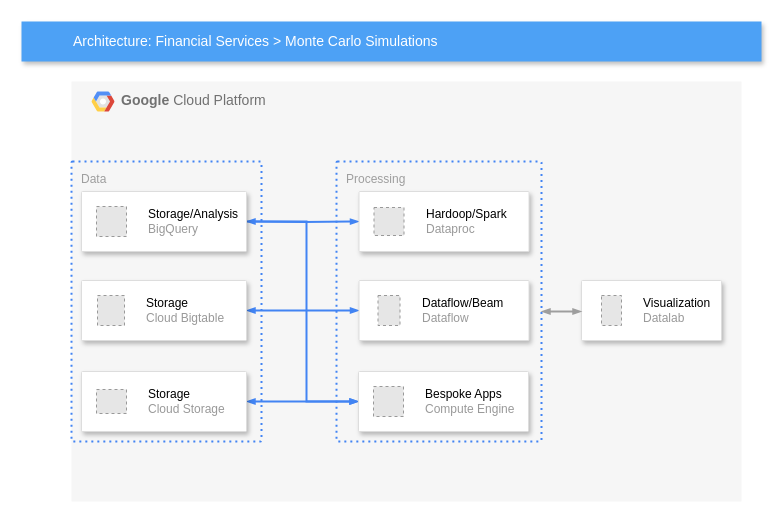
This is vo.drawio from JeremyJHAO/diagramss, a draw.io file, before an edit. Source tidied: cells renumbered, new cells numbered last; positions are measured from the earlier drawing's top-left corner, leaving out a move shared by most shapes. Both pictures are drawn from the tidied source at 100%, with x=0, y=0 at pixel (21, 21). Pictures stored in the file or linked from it are replaced by grey dashed boxes.
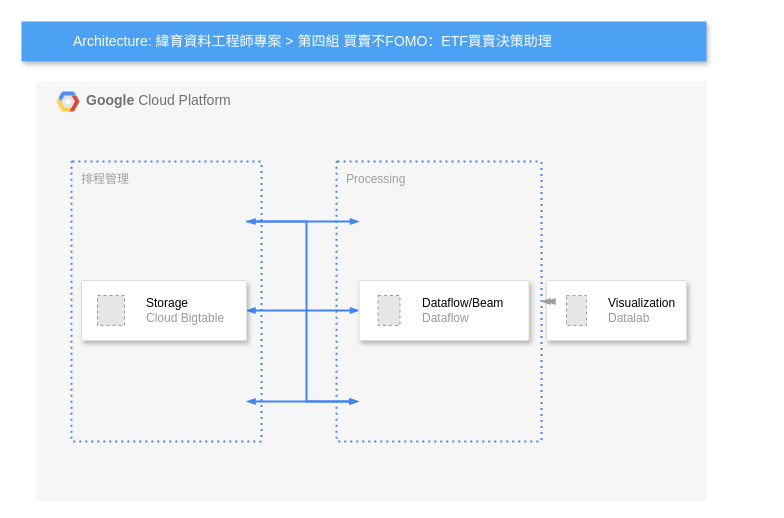
The same diagram, later.

Change to the diagram source:
```diff
@@
     <mxCell id="2" value="&lt;b&gt;Google &lt;/b&gt;Cloud Platform" style="fillColor=#F6F6F6;strokeColor=none;shadow=0;gradientColor=none;fontSize=14;align=left;spacing=10;fontColor=#717171;9E9E9E;verticalAlign=top;spacingTop=-4;fontStyle=0;spacingLeft=40;html=1;" parent="1" vertex="1">
-      <mxGeometry x="50" y="60" width="670" height="420" as="geometry" />
+      <mxGeometry x="15" y="60" width="670" height="420" as="geometry" />
     </mxCell>
@@
-    <mxCell id="7" value="Data" style="rounded=1;absoluteArcSize=1;arcSize=2;html=1;strokeColor=#4284F3;gradientColor=none;shadow=0;dashed=1;fontSize=12;fontColor=#9E9E9E;align=left;verticalAlign=top;spacing=10;spacingTop=-4;fillColor=none;dashPattern=1 2;strokeWidth=2;" parent="1" vertex="1">
+    <mxCell id="7" value="排程管理" style="rounded=1;absoluteArcSize=1;arcSize=2;html=1;strokeColor=#4284F3;gradientColor=none;shadow=0;dashed=1;fontSize=12;fontColor=#9E9E9E;align=left;verticalAlign=top;spacing=10;spacingTop=-4;fillColor=none;dashPattern=1 2;strokeWidth=2;" parent="1" vertex="1">
       <mxGeometry x="50" y="140" width="190" height="280" as="geometry" />
     </mxCell>
-    <mxCell id="8" value="Architecture: Financial Services &amp;gt; Monte Carlo Simulations" style="fillColor=#4DA1F5;strokeColor=none;shadow=1;gradientColor=none;fontSize=14;align=left;spacingLeft=50;fontColor=#ffffff;html=1;" parent="1" vertex="1">
-      <mxGeometry width="740" height="40" as="geometry" />
+    <mxCell id="8" value="Architecture: 緯育資料工程師專案 &amp;gt; 第四組&amp;nbsp;&lt;span style=&quot;background-color: transparent;&quot;&gt;買賣不FOMO：&lt;/span&gt;&lt;span style=&quot;background-color: transparent; color: light-dark(rgb(255, 255, 255), rgb(18, 18, 18));&quot;&gt;ETF買賣決策助理&lt;/span&gt;" style="fillColor=#4DA1F5;strokeColor=none;shadow=1;gradientColor=none;fontSize=14;align=left;spacingLeft=50;fontColor=#ffffff;html=1;" parent="1" vertex="1">
+      <mxGeometry width="685" height="40" as="geometry" />
     </mxCell>
@@
-    <mxCell id="10" style="edgeStyle=orthogonalEdgeStyle;rounded=0;html=1;labelBackgroundColor=none;startFill=1;startSize=4;endArrow=blockThin;endFill=1;endSize=4;jettySize=auto;strokeColor=#4284F3;strokeWidth=2;fontSize=12;fontColor=#000000;align=center;dashed=0;startArrow=blockThin;" parent="1" edge="1" source="18" target="24">
-      <mxGeometry relative="1" as="geometry" />
+    <mxCell id="10" style="edgeStyle=orthogonalEdgeStyle;rounded=0;html=1;labelBackgroundColor=none;startFill=1;startSize=4;endArrow=blockThin;endFill=1;endSize=4;jettySize=auto;orthogonalLoop=1;strokeColor=#4284F3;strokeWidth=2;fontSize=12;fontColor=#000000;align=center;dashed=0;startArrow=blockThin;" parent="1" edge="1">
+      <mxGeometry relative="1" as="geometry">
+        <mxPoint x="225" y="380" as="sourcePoint" />
+        <mxPoint x="337" y="380" as="targetPoint" />
+      </mxGeometry>
     </mxCell>
@@
-    <mxCell id="12" style="edgeStyle=orthogonalEdgeStyle;rounded=0;html=1;labelBackgroundColor=none;startFill=1;startSize=4;endArrow=blockThin;endFill=1;endSize=4;jettySize=auto;strokeColor=#4284F3;strokeWidth=2;fontSize=12;fontColor=#000000;align=center;dashed=0;" parent="1" edge="1" target="20">
+    <mxCell id="12" style="edgeStyle=orthogonalEdgeStyle;rounded=0;html=1;labelBackgroundColor=none;startFill=1;startSize=4;endArrow=blockThin;endFill=1;endSize=4;jettySize=auto;orthogonalLoop=1;strokeColor=#4284F3;strokeWidth=2;fontSize=12;fontColor=#000000;align=center;dashed=0;" parent="1" edge="1">
       <mxGeometry relative="1" as="geometry">
         <mxPoint x="225" y="200" as="sourcePoint" />
+        <mxPoint x="337.5" y="200" as="targetPoint" />
       </mxGeometry>
     </mxCell>
-    <mxCell id="13" style="edgeStyle=orthogonalEdgeStyle;rounded=0;html=1;labelBackgroundColor=none;startFill=1;startSize=4;endArrow=blockThin;endFill=1;endSize=4;jettySize=auto;strokeColor=#4284F3;strokeWidth=2;fontSize=12;fontColor=#000000;align=center;dashed=0;startArrow=blockThin;" parent="1" edge="1" source="14" target="24">
+    <mxCell id="13" style="edgeStyle=orthogonalEdgeStyle;rounded=0;html=1;labelBackgroundColor=none;startFill=1;startSize=4;endArrow=blockThin;endFill=1;endSize=4;jettySize=auto;orthogonalLoop=1;strokeColor=#4284F3;strokeWidth=2;fontSize=12;fontColor=#000000;align=center;dashed=0;startArrow=blockThin;" parent="1" edge="1">
       <mxGeometry relative="1" as="geometry">
+        <mxPoint x="225" y="200" as="sourcePoint" />
+        <mxPoint x="337" y="380" as="targetPoint" />
         <Array as="points">
           <mxPoint x="285" y="200" />
           <mxPoint x="285" y="380" />
         </Array>
       </mxGeometry>
     </mxCell>
-    <mxCell id="14" style="strokeColor=#dddddd;shadow=1;strokeWidth=1;rounded=1;absoluteArcSize=1;arcSize=2;" parent="1" vertex="1">
-      <mxGeometry x="60" y="170" width="165" height="60" as="geometry" />
-    </mxCell>
-    <mxCell id="15" value="&lt;font color=&quot;#000000&quot;&gt;Storage/Analysis&lt;/font&gt;&lt;br&gt;BigQuery" style="fillColor=#E6E6E6;strokeColor=#999999;dashed=1;html=1;fontColor=#999999;verticalLabelPosition=middle;verticalAlign=middle;labelPosition=right;align=left;spacingLeft=20;" parent="14" vertex="1">
-      <mxGeometry width="30" height="30" relative="1" as="geometry">
-        <mxPoint x="15" y="15" as="offset" />
-      </mxGeometry>
-    </mxCell>
@@
-    <mxCell id="18" style="strokeColor=#dddddd;shadow=1;strokeWidth=1;rounded=1;absoluteArcSize=1;arcSize=2;" parent="1" vertex="1">
-      <mxGeometry x="60" y="350" width="165" height="60" as="geometry" />
-    </mxCell>
-    <mxCell id="19" value="&lt;font color=&quot;#000000&quot;&gt;Storage&lt;/font&gt;&lt;br&gt;Cloud Storage" style="fillColor=#E6E6E6;strokeColor=#999999;dashed=1;html=1;fontColor=#999999;verticalLabelPosition=middle;verticalAlign=middle;labelPosition=right;align=left;spacingLeft=20;" parent="18" vertex="1">
-      <mxGeometry width="30" height="24" relative="1" as="geometry">
-        <mxPoint x="15" y="18" as="offset" />
-      </mxGeometry>
-    </mxCell>
-    <mxCell id="20" style="strokeColor=#dddddd;shadow=1;strokeWidth=1;rounded=1;absoluteArcSize=1;arcSize=2;" parent="1" vertex="1">
-      <mxGeometry x="337.5" y="170" width="170" height="60" as="geometry" />
-    </mxCell>
-    <mxCell id="21" value="&lt;font color=&quot;#000000&quot;&gt;Hardoop/Spark&lt;/font&gt;&lt;br&gt;Dataproc" style="fillColor=#E6E6E6;strokeColor=#999999;dashed=1;html=1;fontColor=#999999;verticalLabelPosition=middle;verticalAlign=middle;labelPosition=right;align=left;spacingLeft=20;" parent="20" vertex="1">
-      <mxGeometry width="30" height="28" relative="1" as="geometry">
-        <mxPoint x="15" y="16" as="offset" />
-      </mxGeometry>
-    </mxCell>
@@
-    <mxCell id="24" style="strokeColor=#dddddd;shadow=1;strokeWidth=1;rounded=1;absoluteArcSize=1;arcSize=2;" parent="1" vertex="1">
-      <mxGeometry x="337" y="350" width="170" height="60" as="geometry" />
-    </mxCell>
-    <mxCell id="25" value="&lt;font color=&quot;#000000&quot;&gt;Bespoke Apps&lt;/font&gt;&lt;br&gt;Compute Engine" style="fillColor=#E6E6E6;strokeColor=#999999;dashed=1;html=1;fontColor=#999999;verticalLabelPosition=middle;verticalAlign=middle;labelPosition=right;align=left;spacingLeft=20;" parent="24" vertex="1">
-      <mxGeometry width="30" height="30" relative="1" as="geometry">
-        <mxPoint x="15" y="15" as="offset" />
-      </mxGeometry>
-    </mxCell>
```
